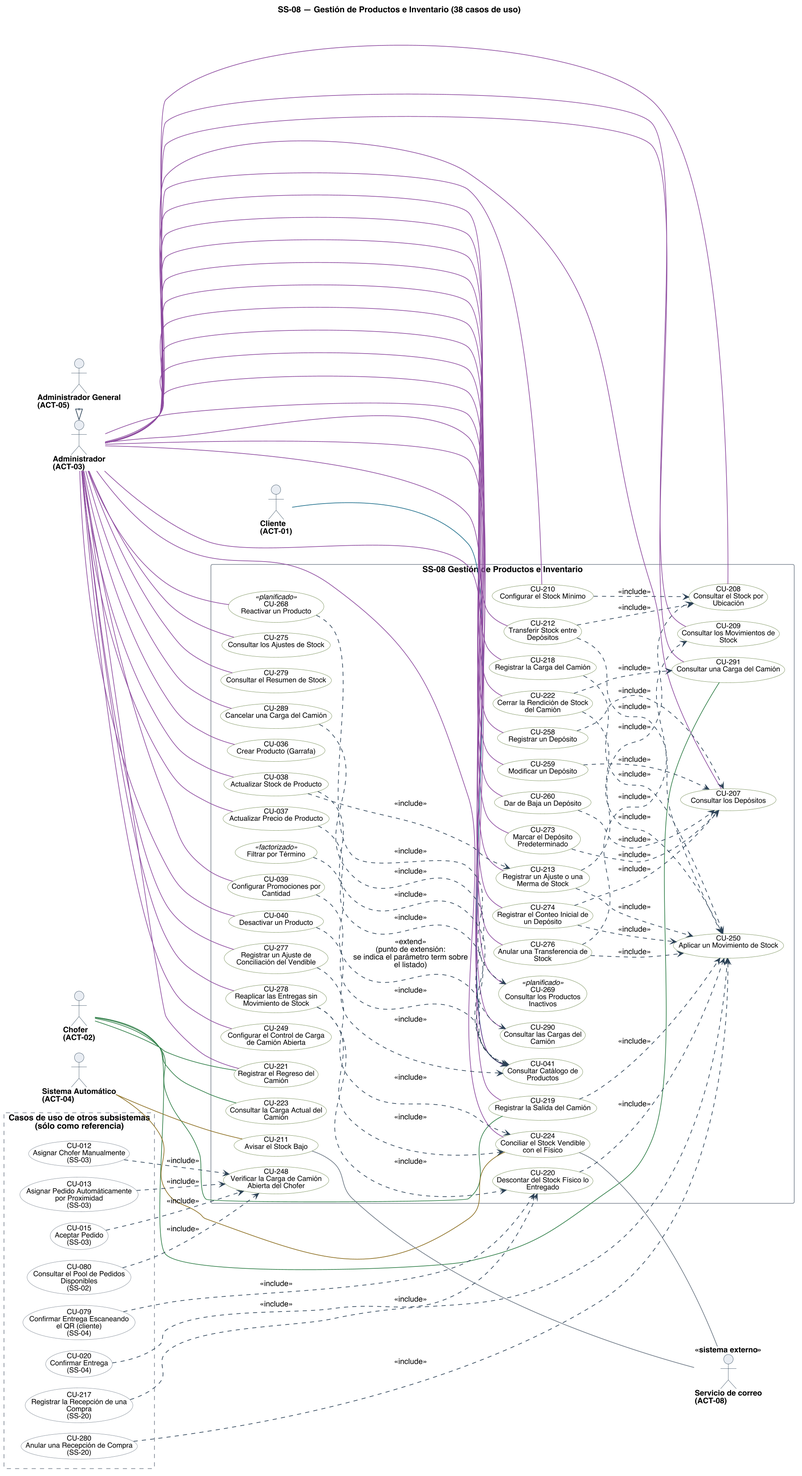
Nahuelito-Dev/splg-docs keeps this PlantUML diagram as diagramas/uml/CU_SS-08_Gestion-De-Productos.png. Above is the earlier version.
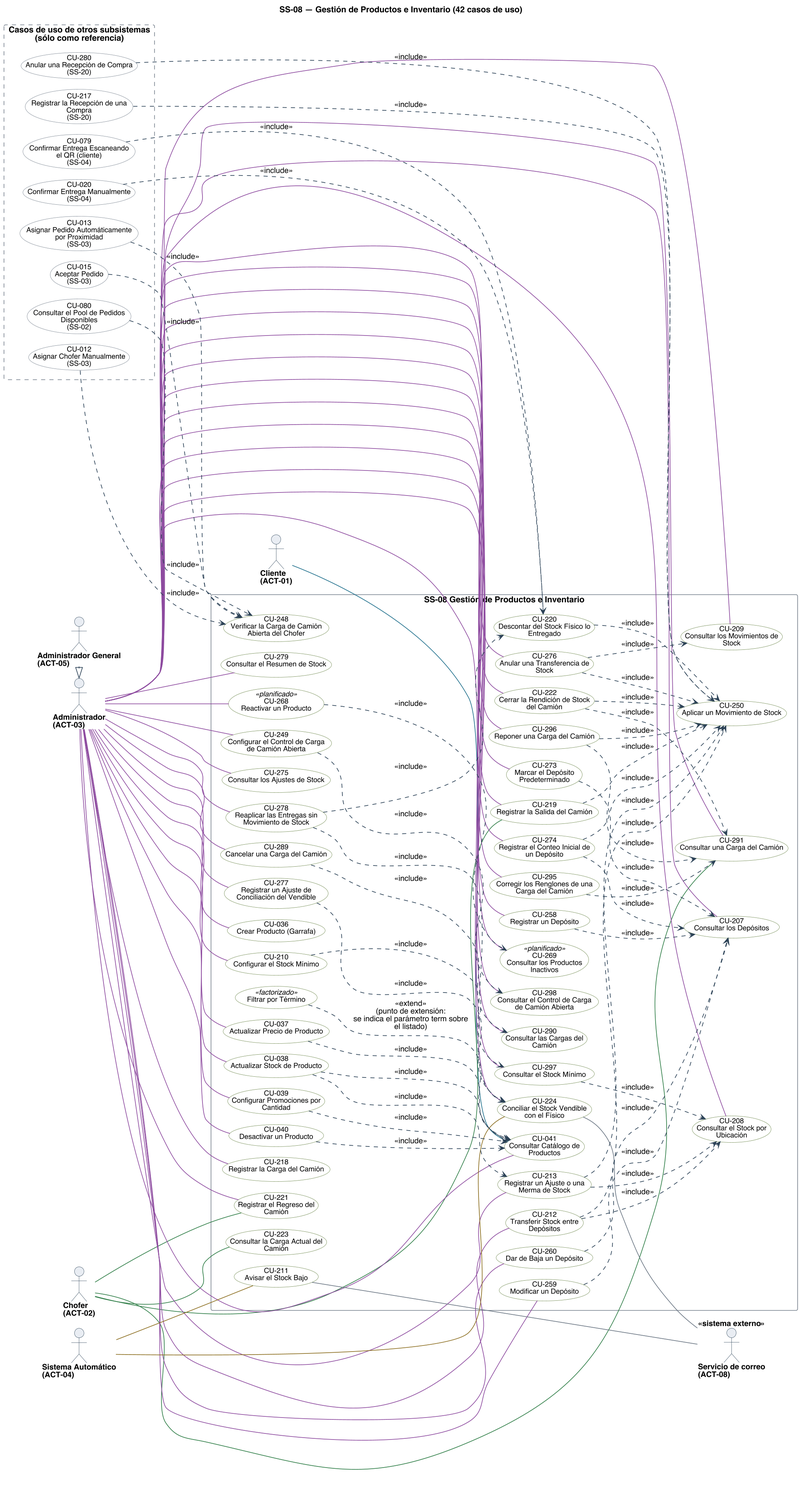
Above is the later version.

Change to the diagram source:
```diff
@@ -1,5 +1,5 @@
 @startuml
-title SS-08 — Gestión de Productos e Inventario (38 casos de uso)
+title SS-08 — Gestión de Productos e Inventario (42 casos de uso)
 left to right direction
 skinparam backgroundColor #FFFFFF
 skinparam shadowing false
@@ -80,6 +80,10 @@
   usecase "CU-289\nCancelar una Carga del Camión" as U289 #back:FFFFFF;line:5E7A3A
   usecase "CU-290\nConsultar las Cargas del\nCamión" as U290 #back:FFFFFF;line:5E7A3A
   usecase "CU-291\nConsultar una Carga del Camión" as U291 #back:FFFFFF;line:5E7A3A
+  usecase "CU-295\nCorregir los Renglones de una\nCarga del Camión" as U295 #back:FFFFFF;line:5E7A3A
+  usecase "CU-296\nReponer una Carga del Camión" as U296 #back:FFFFFF;line:5E7A3A
+  usecase "CU-297\nConsultar el Stock Mínimo" as U297 #back:FFFFFF;line:5E7A3A
+  usecase "CU-298\nConsultar el Control de Carga\nde Camión Abierta" as U298 #back:FFFFFF;line:5E7A3A
   usecase "Filtrar por Término" as F_TERM <<factorizado>> #back:FFFFFF;line:5E7A3A
 }
 
@@ -87,7 +91,7 @@
   usecase "CU-012\nAsignar Chofer Manualmente\n(SS-03)" as U012 #back:FFFFFF;line:6B7683
   usecase "CU-013\nAsignar Pedido Automáticamente\npor Proximidad\n(SS-03)" as U013 #back:FFFFFF;line:6B7683
   usecase "CU-015\nAceptar Pedido\n(SS-03)" as U015 #back:FFFFFF;line:6B7683
-  usecase "CU-020\nConfirmar Entrega\n(SS-04)" as U020 #back:FFFFFF;line:6B7683
+  usecase "CU-020\nConfirmar Entrega Manualmente\n(SS-04)" as U020 #back:FFFFFF;line:6B7683
   usecase "CU-079\nConfirmar Entrega Escaneando\nel QR (cliente)\n(SS-04)" as U079 #back:FFFFFF;line:6B7683
   usecase "CU-080\nConsultar el Pool de Pedidos\nDisponibles\n(SS-02)" as U080 #back:FFFFFF;line:6B7683
   usecase "CU-217\nRegistrar la Recepción de una\nCompra\n(SS-20)" as U217 #back:FFFFFF;line:6B7683
@@ -132,6 +136,10 @@
 A03 -[#8C4A9E]- U289
 A03 -[#8C4A9E]- U290
 A03 -[#8C4A9E]- U291
+A03 -[#8C4A9E]- U295
+A03 -[#8C4A9E]- U296
+A03 -[#8C4A9E]- U297
+A03 -[#8C4A9E]- U298
 A04 -[#8A6D1F]- U211
 A04 -[#8A6D1F]- U224
 U211 -[#6B7683]- A08
@@ -142,17 +150,21 @@
 U038 ..> U041 : <<include>>
 U039 ..> U041 : <<include>>
 U040 ..> U041 : <<include>>
-U210 ..> U208 : <<include>>
+U210 ..> U297 : <<include>>
+U297 ..> U208 : <<include>>
+U249 ..> U298 : <<include>>
 U212 ..> U208 : <<include>>
 U213 ..> U208 : <<include>>
 U038 ..> U213 : <<include>>
 U212 ..> U250 : <<include>>
 U213 ..> U250 : <<include>>
-U218 ..> U250 : <<include>>
+U296 ..> U250 : <<include>>
 U220 ..> U250 : <<include>>
 U222 ..> U250 : <<include>>
 U219 ..> U250 : <<include>>
 U222 ..> U291 : <<include>>
+U295 ..> U291 : <<include>>
+U296 ..> U291 : <<include>>
 U289 ..> U290 : <<include>>
 U258 ..> U207 : <<include>>
 U259 ..> U207 : <<include>>
```
